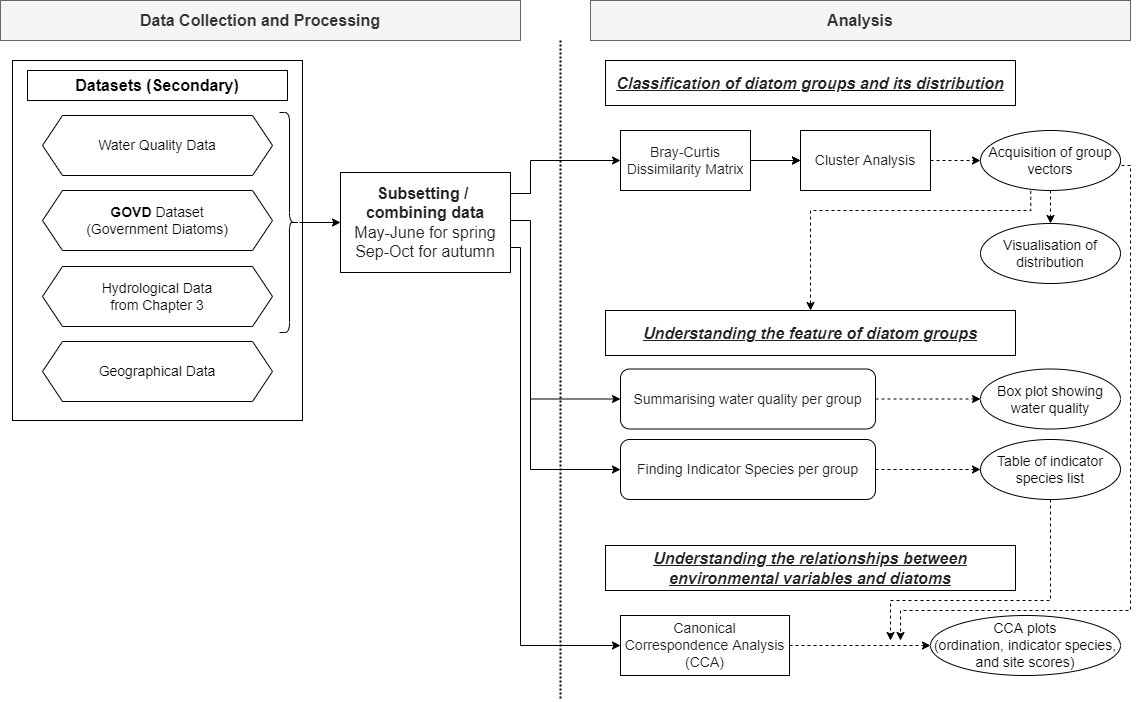
The draw.io diagram Chapter6_Flowchart.png in muyeoljung/PhD_Studyarea, before a commit. Source tidied: cells renumbered, new cells last; positions are measured from the earlier drawing's top-left corner, leaving out a move shared by most shapes.
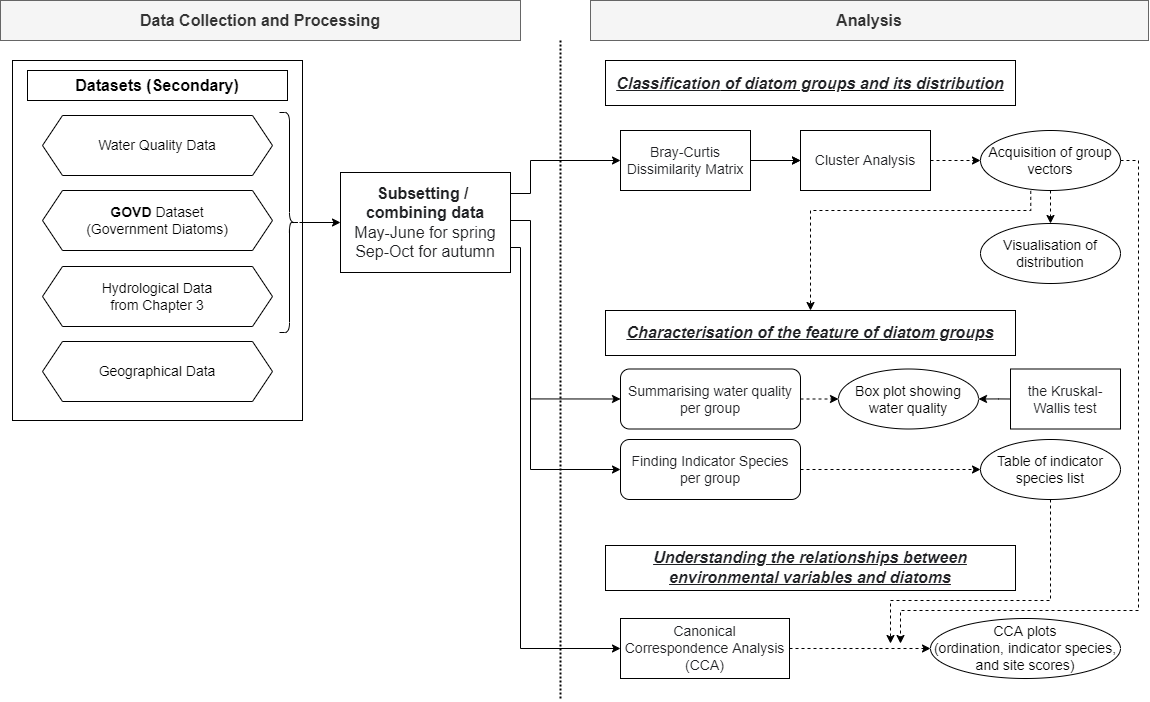
After the commit.

What changed in the source:
```diff
@@ -18,7 +18,7 @@
       <mxGeometry x="42" y="266" width="230" height="60" as="geometry" />
     </mxCell>
     <mxCell id="7" value="&lt;font size=&quot;1&quot;&gt;&lt;b style=&quot;font-size: 16px&quot;&gt;Analysis&lt;/b&gt;&lt;/font&gt;" style="rounded=0;whiteSpace=wrap;html=1;fillColor=#f5f5f5;strokeColor=#666666;fontColor=#333333;" parent="1" vertex="1">
-      <mxGeometry x="590" width="540" height="40" as="geometry" />
+      <mxGeometry x="590" width="558" height="40" as="geometry" />
     </mxCell>
     <mxCell id="8" style="edgeStyle=orthogonalEdgeStyle;rounded=0;jettySize=auto;html=1;exitX=1;exitY=0.5;exitDx=0;exitDy=0;entryX=0;entryY=0.5;entryDx=0;entryDy=0;dashed=1;startArrow=none;startFill=0;endArrow=classic;endFill=1;" parent="1" edge="1" source="9" target="28">
       <mxGeometry relative="1" as="geometry" />
@@ -36,7 +36,7 @@
       <mxGeometry relative="1" as="geometry" />
     </mxCell>
     <mxCell id="13" value="&lt;font color=&quot;#202124&quot; face=&quot;apple sd gothic neo, arial, sans-serif&quot; size=&quot;1&quot;&gt;&lt;span style=&quot;background-color: rgb(255 , 255 , 255) ; font-size: 14px&quot;&gt;Canonical Correspondence Analysis (CCA)&lt;/span&gt;&lt;/font&gt;" style="rounded=0;whiteSpace=wrap;html=1;align=center;" parent="1" vertex="1">
-      <mxGeometry x="620" y="615" width="169" height="60" as="geometry" />
+      <mxGeometry x="620" y="618" width="169" height="60" as="geometry" />
     </mxCell>
     <mxCell id="14" style="edgeStyle=orthogonalEdgeStyle;rounded=0;jettySize=auto;html=1;exitX=1;exitY=0.5;exitDx=0;exitDy=0;entryX=0;entryY=0.5;entryDx=0;entryDy=0;dashed=1;" parent="1" edge="1" source="16" target="9">
       <mxGeometry relative="1" as="geometry" />
@@ -50,7 +50,7 @@
     <mxCell id="17" value="&lt;font color=&quot;#202124&quot; face=&quot;apple sd gothic neo, arial, sans-serif&quot;&gt;&lt;span style=&quot;font-size: 16px&quot;&gt;Classification&lt;/span&gt;&lt;/font&gt;&lt;span style=&quot;background-color: rgb(255 , 255 , 255) ; font-size: 16px ; color: rgb(32 , 33 , 36) ; font-family: &amp;quot;apple sd gothic neo&amp;quot; , &amp;quot;arial&amp;quot; , sans-serif&quot;&gt;&amp;nbsp;of diatom groups and its distribution&lt;/span&gt;&lt;font color=&quot;#202124&quot; face=&quot;apple sd gothic neo, arial, sans-serif&quot;&gt;&lt;span style=&quot;font-size: 16px&quot;&gt;&lt;br&gt;&lt;/span&gt;&lt;/font&gt;" style="rounded=0;whiteSpace=wrap;html=1;align=center;fontStyle=7;" parent="1" vertex="1">
       <mxGeometry x="605" y="60" width="410" height="45" as="geometry" />
     </mxCell>
-    <mxCell id="18" value="&lt;font color=&quot;#202124&quot; face=&quot;apple sd gothic neo, arial, sans-serif&quot;&gt;&lt;span style=&quot;font-size: 16px&quot;&gt;Understanding the feature of diatom groups&lt;br&gt;&lt;/span&gt;&lt;/font&gt;" style="rounded=0;whiteSpace=wrap;html=1;align=center;fontStyle=7;" parent="1" vertex="1">
+    <mxCell id="18" value="&lt;font color=&quot;#202124&quot;&gt;&lt;span style=&quot;font-size: 16px&quot;&gt;Characterisation of the&amp;nbsp;feature of diatom groups&lt;/span&gt;&lt;br&gt;&lt;/font&gt;" style="rounded=0;whiteSpace=wrap;html=1;align=center;fontStyle=7;" parent="1" vertex="1">
       <mxGeometry x="605" y="310" width="410" height="45" as="geometry" />
     </mxCell>
     <mxCell id="19" value="&lt;font color=&quot;#202124&quot; face=&quot;apple sd gothic neo, arial, sans-serif&quot;&gt;&lt;span style=&quot;font-size: 16px&quot;&gt;Understanding the relationships between environmental&amp;nbsp;variables and diatoms&lt;/span&gt;&lt;br&gt;&lt;/font&gt;" style="rounded=0;whiteSpace=wrap;html=1;align=center;fontStyle=7;" parent="1" vertex="1">
@@ -60,7 +60,7 @@
       <mxGeometry relative="1" as="geometry">
         <Array as="points">
           <mxPoint x="520" y="247" />
-          <mxPoint x="520" y="645" />
+          <mxPoint x="520" y="648" />
         </Array>
       </mxGeometry>
     </mxCell>
@@ -99,11 +99,10 @@
     </mxCell>
     <mxCell id="27" style="edgeStyle=orthogonalEdgeStyle;rounded=0;jettySize=auto;html=1;dashed=1;startArrow=none;startFill=0;endArrow=classic;endFill=1;exitX=1;exitY=0.5;exitDx=0;exitDy=0;" parent="1" edge="1" source="28">
       <mxGeometry relative="1" as="geometry">
-        <mxPoint x="900" y="640" as="targetPoint" />
+        <mxPoint x="900" y="643" as="targetPoint" />
         <Array as="points">
-          <mxPoint x="1120" y="165" />
-          <mxPoint x="1130" y="165" />
-          <mxPoint x="1130" y="610" />
+          <mxPoint x="1138" y="160" />
+          <mxPoint x="1138" y="610" />
           <mxPoint x="900" y="610" />
         </Array>
       </mxGeometry>
@@ -116,7 +115,7 @@
     </mxCell>
     <mxCell id="30" style="edgeStyle=orthogonalEdgeStyle;rounded=0;jettySize=auto;html=1;exitX=0.5;exitY=1;exitDx=0;exitDy=0;startArrow=none;startFill=0;endArrow=classic;endFill=1;dashed=1;" parent="1" edge="1" source="31">
       <mxGeometry relative="1" as="geometry">
-        <mxPoint x="890" y="640" as="targetPoint" />
+        <mxPoint x="890" y="643" as="targetPoint" />
         <Array as="points">
           <mxPoint x="1050" y="600" />
           <mxPoint x="890" y="600" />
@@ -127,7 +126,7 @@
       <mxGeometry x="980" y="439" width="140" height="60" as="geometry" />
     </mxCell>
     <mxCell id="32" value="&lt;font style=&quot;font-size: 14px&quot;&gt;Box plot showing water quality&lt;/font&gt;" style="ellipse;whiteSpace=wrap;html=1;" parent="1" vertex="1">
-      <mxGeometry x="980" y="368.5" width="140" height="60" as="geometry" />
+      <mxGeometry x="838" y="368.5" width="140" height="60" as="geometry" />
     </mxCell>
     <mxCell id="33" style="edgeStyle=orthogonalEdgeStyle;rounded=0;jettySize=auto;html=1;exitX=1;exitY=0.5;exitDx=0;exitDy=0;entryX=0;entryY=0.5;entryDx=0;entryDy=0;dashed=1;startArrow=none;startFill=0;endArrow=classic;endFill=1;" parent="1" edge="1" source="35" target="31">
       <mxGeometry relative="1" as="geometry" />
@@ -138,16 +137,16 @@
       </mxGeometry>
     </mxCell>
     <mxCell id="35" value="&lt;span style=&quot;color: rgb(32 , 33 , 36) ; font-family: &amp;#34;apple sd gothic neo&amp;#34; , &amp;#34;arial&amp;#34; , sans-serif ; background-color: rgb(255 , 255 , 255)&quot;&gt;&lt;font style=&quot;font-size: 14px&quot;&gt;Finding Indicator Species per group&lt;/font&gt;&lt;/span&gt;" style="rounded=1;whiteSpace=wrap;html=1;" parent="1" vertex="1">
-      <mxGeometry x="620" y="439" width="255" height="60" as="geometry" />
+      <mxGeometry x="620" y="439" width="180" height="60" as="geometry" />
     </mxCell>
     <mxCell id="36" style="edgeStyle=orthogonalEdgeStyle;rounded=0;jettySize=auto;html=1;exitX=1;exitY=0.5;exitDx=0;exitDy=0;entryX=0;entryY=0.5;entryDx=0;entryDy=0;startArrow=none;startFill=0;endArrow=classic;endFill=1;dashed=1;" parent="1" edge="1" source="37" target="32">
       <mxGeometry relative="1" as="geometry" />
     </mxCell>
     <mxCell id="37" value="&lt;span style=&quot;color: rgb(32 , 33 , 36) ; font-family: &amp;#34;apple sd gothic neo&amp;#34; , &amp;#34;arial&amp;#34; , sans-serif ; background-color: rgb(255 , 255 , 255)&quot;&gt;&lt;font style=&quot;font-size: 14px&quot;&gt;Summarising water quality per group&lt;/font&gt;&lt;/span&gt;" style="rounded=1;whiteSpace=wrap;html=1;" parent="1" vertex="1">
-      <mxGeometry x="620" y="368.5" width="255" height="60" as="geometry" />
+      <mxGeometry x="620" y="368.5" width="180" height="60" as="geometry" />
     </mxCell>
     <mxCell id="38" value="&lt;font style=&quot;font-size: 14px&quot;&gt;CCA plots&lt;br&gt;(ordination, indicator species, and site scores)&lt;/font&gt;" style="ellipse;whiteSpace=wrap;html=1;" parent="1" vertex="1">
-      <mxGeometry x="930" y="615" width="190" height="60" as="geometry" />
+      <mxGeometry x="930" y="618" width="190" height="60" as="geometry" />
     </mxCell>
     <mxCell id="39" style="edgeStyle=orthogonalEdgeStyle;rounded=0;jettySize=auto;html=1;startArrow=none;startFill=0;endArrow=classic;endFill=1;" parent="1" edge="1" source="40">
       <mxGeometry relative="1" as="geometry">
@@ -157,5 +156,16 @@
     <mxCell id="40" style="shape=curlyBracket;whiteSpace=wrap;html=1;rounded=1;flipH=1;" parent="1" vertex="1">
       <mxGeometry x="279" y="112" width="20" height="220" as="geometry" />
     </mxCell>
+    <mxCell id="41" style="edgeStyle=orthogonalEdgeStyle;rounded=0;jettySize=auto;html=1;exitX=0;exitY=0.5;exitDx=0;exitDy=0;entryX=1;entryY=0.5;entryDx=0;entryDy=0;fontFamily=Helvetica;fontSize=14;" parent="1" edge="1" source="42" target="32">
+      <mxGeometry relative="1" as="geometry">
+        <Array as="points">
+          <mxPoint x="998" y="399" />
+          <mxPoint x="998" y="399" />
+        </Array>
+      </mxGeometry>
+    </mxCell>
+    <mxCell id="42" value="&lt;font color=&quot;#202124&quot; face=&quot;apple sd gothic neo, arial, sans-serif&quot;&gt;&lt;span style=&quot;font-size: 14px&quot;&gt;the Kruskal-Wallis test&lt;/span&gt;&lt;/font&gt;" style="rounded=0;whiteSpace=wrap;html=1;" parent="1" vertex="1">
+      <mxGeometry x="1010" y="368.5" width="110" height="60" as="geometry" />
+    </mxCell>
   </root>
 </mxGraphModel>
```
